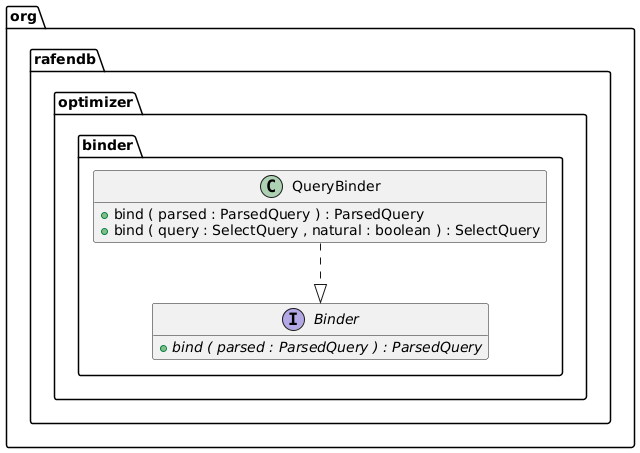
Before: docs/generated/optimizer/optimizer-binder.png, a diagram exported from PlantUML (m-akma1/rafendb). Its source is kept beside it as docs/generated/optimizer/optimizer-binder.puml. The source it was exported from:
```plantuml
@startuml

set namespaceSeparator .
hide empty members
skinparam linetype ortho


interface org.rafendb.optimizer.binder.Binder {
	{method}  {abstract} +bind ( parsed : ParsedQuery ) : ParsedQuery
}


class org.rafendb.optimizer.binder.QueryBinder {
	{method} +bind ( parsed : ParsedQuery ) : ParsedQuery
	{method} +bind ( query : SelectQuery , natural : boolean ) : SelectQuery
}




org.rafendb.optimizer.binder.QueryBinder ..|>  org.rafendb.optimizer.binder.Binder


@enduml
```
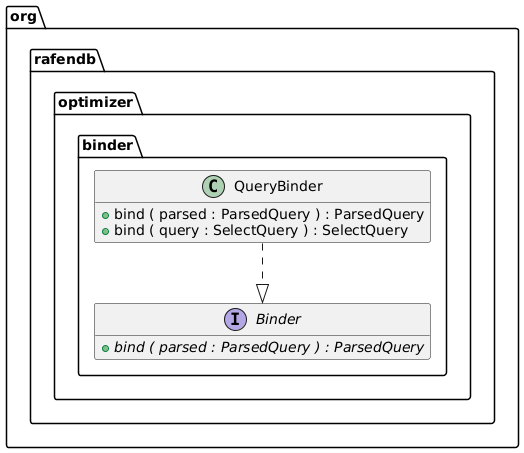
Above is the later version.

Change to the diagram source:
```diff
@@ -12,7 +12,7 @@
 
 class org.rafendb.optimizer.binder.QueryBinder {
 	{method} +bind ( parsed : ParsedQuery ) : ParsedQuery
-	{method} +bind ( query : SelectQuery , natural : boolean ) : SelectQuery
+	{method} +bind ( query : SelectQuery ) : SelectQuery
 }
 
 
```
